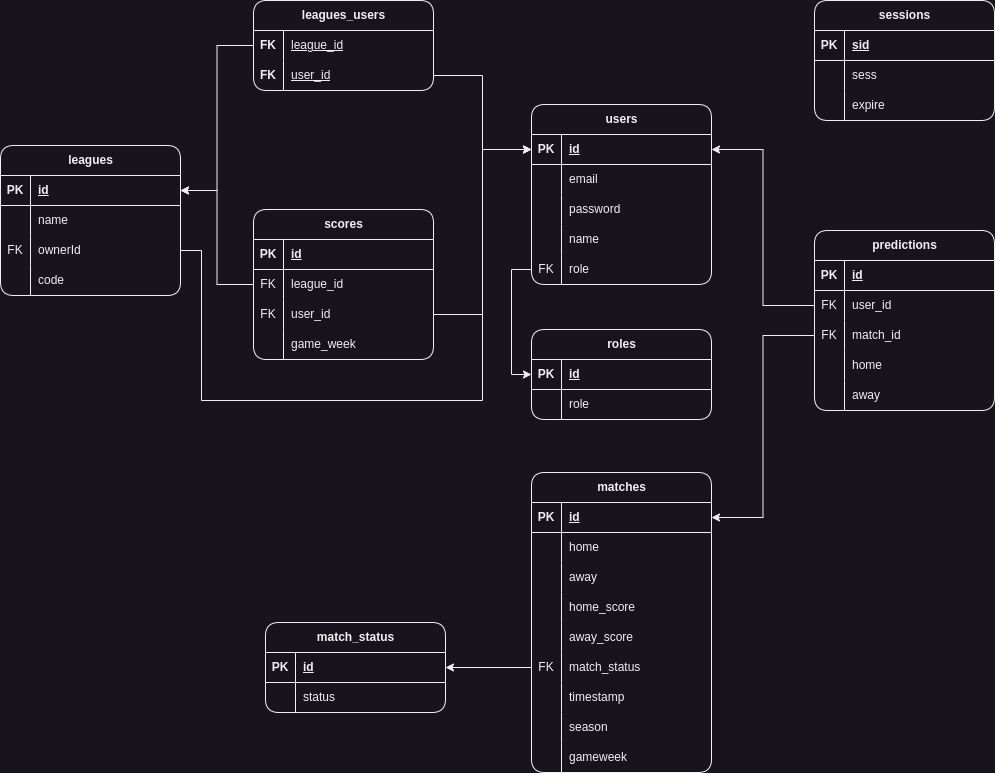
MahmoudHamdy02/FotLeague keeps this draw.io diagram as images/FotLeague.drawio.png. Above is the earlier version. Source tidied: cells renumbered, new cells last; positions are measured from the earlier drawing's top-left corner, leaving out a move shared by most shapes.
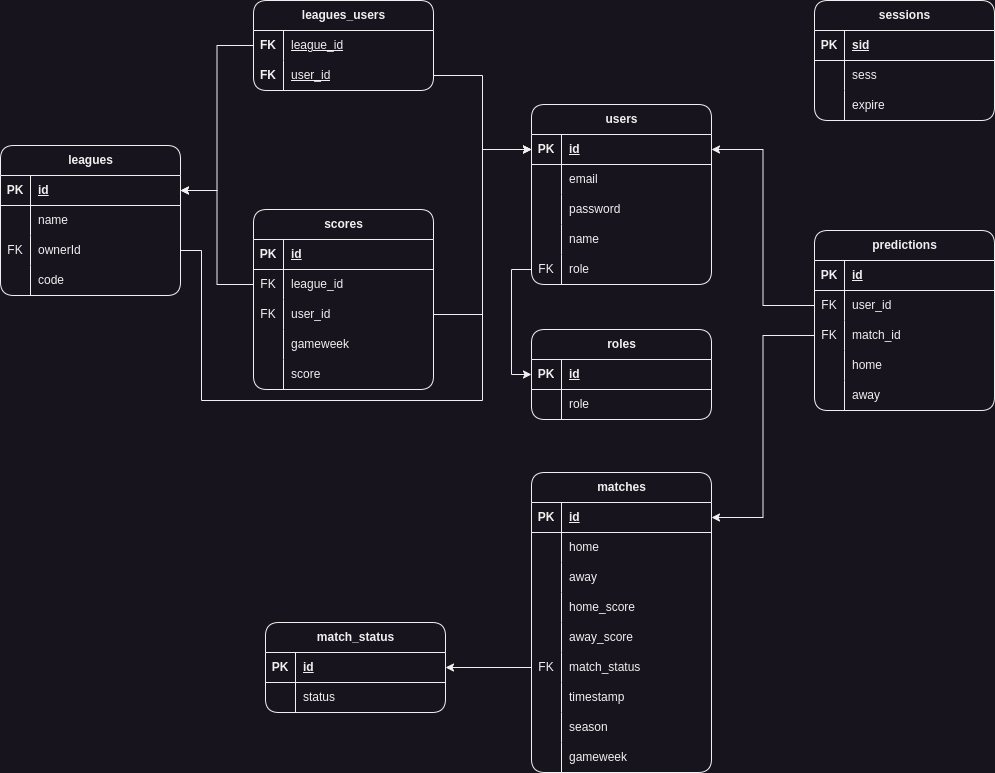
After the commit.

Diff of the diagram source:
```diff
@@ -252,7 +252,7 @@
       <mxGeometry relative="1" as="geometry" />
     </mxCell>
     <mxCell id="85" value="scores" style="shape=table;startSize=30;rowLines=0;fontStyle=1;align=center;html=1;rounded=1;shadow=0;swimlaneFillColor=none;gradientColor=none;" parent="1" vertex="1">
-      <mxGeometry x="253" y="209" width="180" height="150" as="geometry" />
+      <mxGeometry x="253" y="209" width="180" height="180" as="geometry" />
     </mxCell>
     <mxCell id="86" style="shape=tableRow;horizontal=0;startSize=0;swimlaneHead=0;swimlaneBody=0;fillColor=none;top=0;left=0;right=0;bottom=1;" parent="85" vertex="1">
       <mxGeometry y="30" width="180" height="30" as="geometry" />
@@ -287,9 +287,18 @@
     <mxCell id="96" style="shape=partialRectangle;fillColor=none;top=0;left=0;bottom=0;right=0;overflow=hidden;whiteSpace=wrap;html=1;" parent="95" vertex="1">
       <mxGeometry width="30" height="30" as="geometry" />
     </mxCell>
-    <mxCell id="97" value="game_week" style="shape=partialRectangle;fillColor=none;top=0;left=0;bottom=0;right=0;align=left;spacingLeft=6;overflow=hidden;whiteSpace=wrap;html=1;" parent="95" vertex="1">
+    <mxCell id="97" value="gameweek" style="shape=partialRectangle;fillColor=none;top=0;left=0;bottom=0;right=0;align=left;spacingLeft=6;overflow=hidden;whiteSpace=wrap;html=1;" parent="95" vertex="1">
       <mxGeometry x="30" width="150" height="30" as="geometry" />
     </mxCell>
+    <mxCell id="128" style="shape=tableRow;horizontal=0;startSize=0;swimlaneHead=0;swimlaneBody=0;fillColor=none;top=0;left=0;right=0;bottom=0;" parent="85" vertex="1">
+      <mxGeometry y="150" width="180" height="30" as="geometry" />
+    </mxCell>
+    <mxCell id="129" style="shape=partialRectangle;fillColor=none;top=0;left=0;bottom=0;right=0;overflow=hidden;whiteSpace=wrap;html=1;" parent="128" vertex="1">
+      <mxGeometry width="30" height="30" as="geometry" />
+    </mxCell>
+    <mxCell id="130" value="score" style="shape=partialRectangle;fillColor=none;top=0;left=0;bottom=0;right=0;align=left;spacingLeft=6;overflow=hidden;whiteSpace=wrap;html=1;" parent="128" vertex="1">
+      <mxGeometry x="30" width="150" height="30" as="geometry" />
+    </mxCell>
     <mxCell id="98" style="edgeStyle=orthogonalEdgeStyle;rounded=0;jettySize=auto;html=1;exitX=0;exitY=0.5;exitDx=0;exitDy=0;entryX=1;entryY=0.5;entryDx=0;entryDy=0;" parent="1" edge="1" source="89" target="65">
       <mxGeometry relative="1" as="geometry" />
     </mxCell>
```
